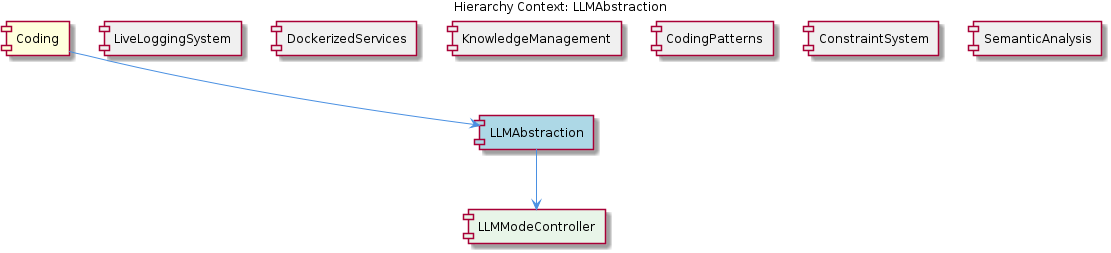
fwornle/coding keeps this PlantUML diagram as knowledge-management/insights/images/llmabstraction-relationship.png. Above is the earlier version. Its source is kept beside it as .data/knowledge-graph/insights/puml/llmabstraction-relationship.puml.
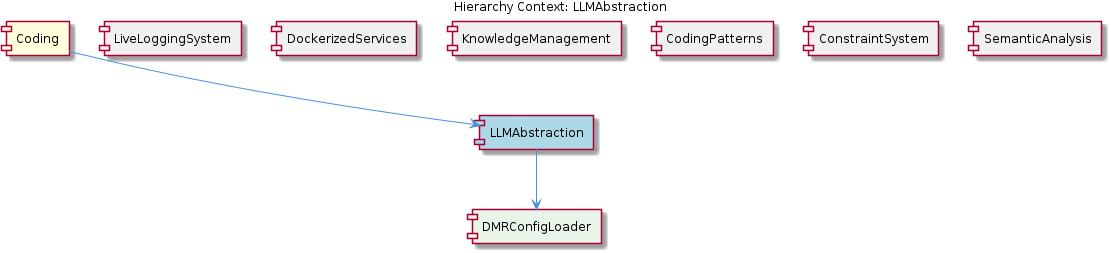
After the change.

What changed in the source:
```diff
@@ -11,7 +11,7 @@
 [CodingPatterns] as coding_patterns #F0F0F0
 [ConstraintSystem] as constraint_system #F0F0F0
 [SemanticAnalysis] as semantic_analysis #F0F0F0
-[LLMModeController] as llmmode_controller #E8F5E8
+[DMRConfigLoader] as dmrconfig_loader #E8F5E8
 
 coding --> llmabstraction
 live_logging_system -[hidden]- llmabstraction
@@ -20,6 +20,6 @@
 coding_patterns -[hidden]- llmabstraction
 constraint_system -[hidden]- llmabstraction
 semantic_analysis -[hidden]- llmabstraction
-llmabstraction --> llmmode_controller
+llmabstraction --> dmrconfig_loader
 
 @enduml
```
